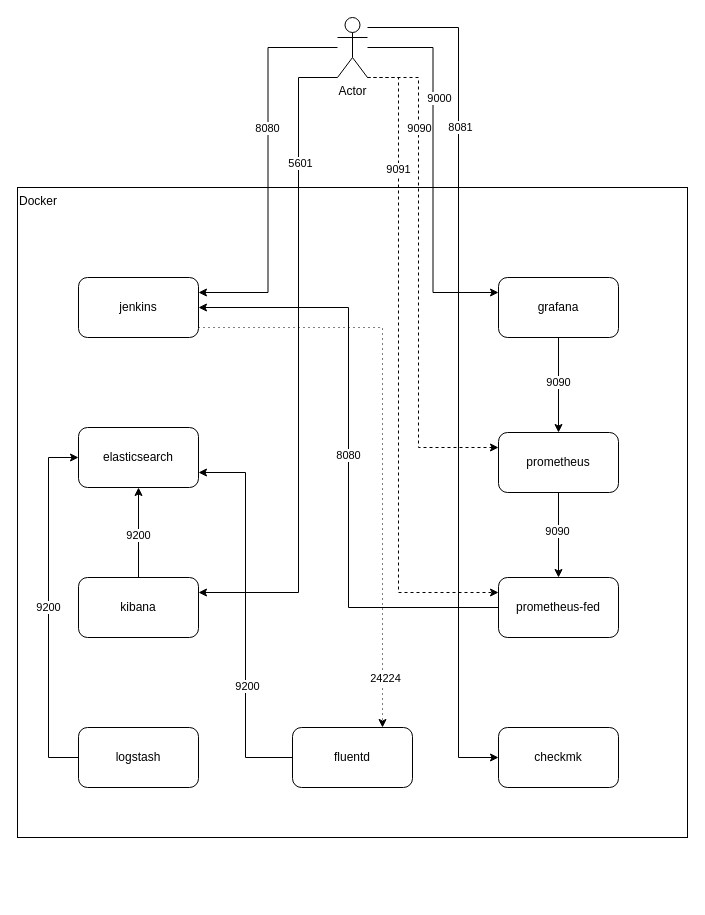
Earlier version of the draw.io diagram docs/images/diagram.drawio (migueldiaznunez/grauss-docker-compose-bak). Source tidied: cells renumbered, new cells numbered last; positions are measured from the earlier drawing's top-left corner, leaving out a move shared by most shapes. Both pictures are drawn from the tidied source at 100%, with x=0, y=0 at pixel (17, 17).
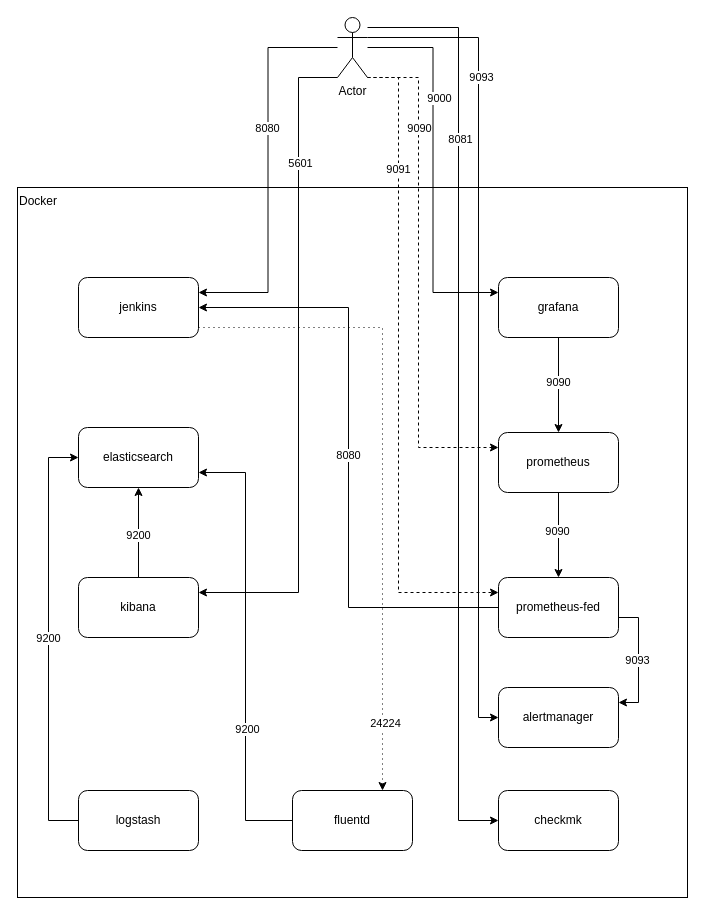
The same diagram, later.

The change refers to these unchanged cells:
```xml
<mxCell id="18" value="Actor" style="shape=umlActor;verticalLabelPosition=bottom;verticalAlign=top;html=1;outlineConnect=0;" parent="1" vertex="1">
  <mxGeometry x="320" width="30" height="60" as="geometry" />
</mxCell>
<mxCell id="19" value="elasticsearch" style="rounded=1;whiteSpace=wrap;html=1;" parent="1" vertex="1">
  <mxGeometry x="61" y="410" width="120" height="60" as="geometry" />
</mxCell>
<mxCell id="31" value="prometheus-fed" style="rounded=1;whiteSpace=wrap;html=1;" parent="1" vertex="1">
  <mxGeometry x="481" y="560" width="120" height="60" as="geometry" />
</mxCell>
```

The edit, as a diff of the source:
```diff
@@
     <mxCell id="2" value="Docker" style="rounded=0;whiteSpace=wrap;html=1;verticalAlign=top;align=left;" parent="1" vertex="1">
-      <mxGeometry y="170" width="670" height="650" as="geometry" />
+      <mxGeometry y="170" width="670" height="710" as="geometry" />
     </mxCell>
@@
     <mxCell id="16" style="edgeStyle=orthogonalEdgeStyle;rounded=0;jettySize=auto;html=1;entryX=0;entryY=0.5;entryDx=0;entryDy=0;" parent="1" edge="1" source="18" target="34">
       <mxGeometry relative="1" as="geometry">
         <Array as="points">
           <mxPoint x="441" y="10" />
-          <mxPoint x="441" y="740" />
+          <mxPoint x="441" y="803" />
         </Array>
       </mxGeometry>
     </mxCell>
@@
+    <mxCell id="38" style="edgeStyle=orthogonalEdgeStyle;rounded=0;jettySize=auto;html=1;entryX=0;entryY=0.5;entryDx=0;entryDy=0;" parent="1" edge="1" source="18" target="42">
+      <mxGeometry relative="1" as="geometry">
+        <Array as="points">
+          <mxPoint x="461" y="20" />
+          <mxPoint x="461" y="700" />
+        </Array>
+      </mxGeometry>
+    </mxCell>
+    <mxCell id="39" value="9093" style="edgeLabel;html=1;align=center;verticalAlign=middle;" parent="38" vertex="1">
+      <mxGeometry x="-0.63" y="2" relative="1" as="geometry" />
+    </mxCell>
@@
+    <mxCell id="40" style="edgeStyle=orthogonalEdgeStyle;rounded=0;jettySize=auto;html=1;entryX=1;entryY=0.25;entryDx=0;entryDy=0;" parent="1" edge="1" source="31" target="42">
+      <mxGeometry relative="1" as="geometry">
+        <Array as="points">
+          <mxPoint x="621" y="600" />
+          <mxPoint x="621" y="685" />
+        </Array>
+      </mxGeometry>
+    </mxCell>
+    <mxCell id="41" value="9093" style="edgeLabel;html=1;align=center;verticalAlign=middle;" parent="40" vertex="1">
+      <mxGeometry x="-0.01" y="-2" relative="1" as="geometry" />
+    </mxCell>
@@
     <mxCell id="32" value="9200" style="edgeStyle=orthogonalEdgeStyle;rounded=0;jettySize=auto;html=1;entryX=0;entryY=0.5;entryDx=0;entryDy=0;exitX=0;exitY=0.5;exitDx=0;exitDy=0;" parent="1" edge="1" source="33" target="19">
       <mxGeometry relative="1" as="geometry">
         <Array as="points">
-          <mxPoint x="31" y="740" />
+          <mxPoint x="31" y="803" />
           <mxPoint x="31" y="440" />
         </Array>
       </mxGeometry>
     </mxCell>
     <mxCell id="33" value="logstash" style="rounded=1;whiteSpace=wrap;html=1;" parent="1" vertex="1">
-      <mxGeometry x="61" y="710" width="120" height="60" as="geometry" />
+      <mxGeometry x="61" y="773" width="120" height="60" as="geometry" />
     </mxCell>
     <mxCell id="34" value="checkmk" style="rounded=1;whiteSpace=wrap;html=1;" parent="1" vertex="1">
-      <mxGeometry x="481" y="710" width="120" height="60" as="geometry" />
+      <mxGeometry x="481" y="773" width="120" height="60" as="geometry" />
     </mxCell>
@@
     <mxCell id="37" value="fluentd" style="rounded=1;whiteSpace=wrap;html=1;" parent="1" vertex="1">
-      <mxGeometry x="275" y="710" width="120" height="60" as="geometry" />
+      <mxGeometry x="275" y="773" width="120" height="60" as="geometry" />
     </mxCell>
+    <mxCell id="42" value="alertmanager" style="rounded=1;whiteSpace=wrap;html=1;" parent="1" vertex="1">
+      <mxGeometry x="481" y="670" width="120" height="60" as="geometry" />
+    </mxCell>
```
